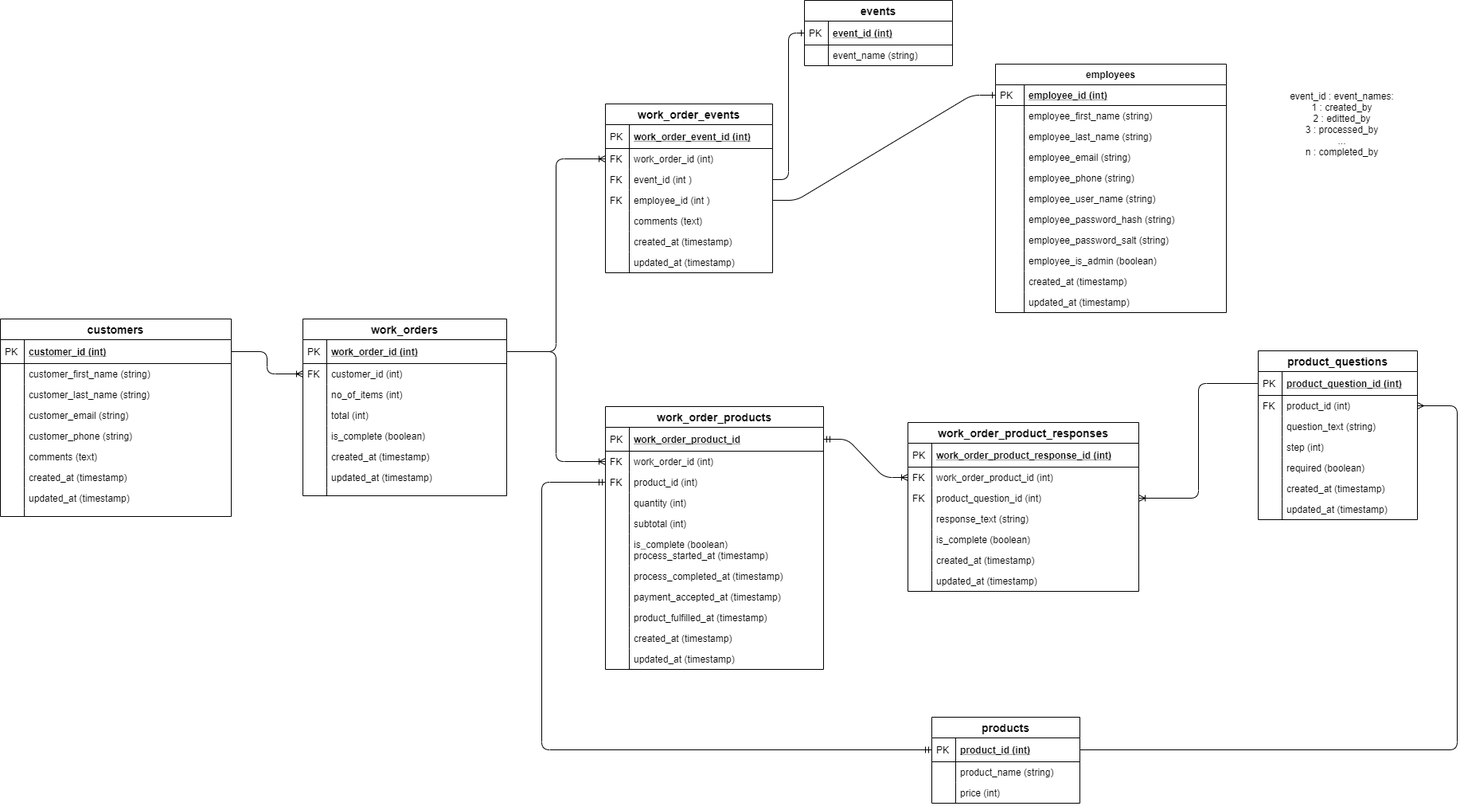
Earlier version of the draw.io export db_schema_view.png (openorderapp/documentation). Source tidied: cells renumbered, new cells last; positions are measured from the earlier drawing's top-left corner, leaving out a move shared by most shapes.
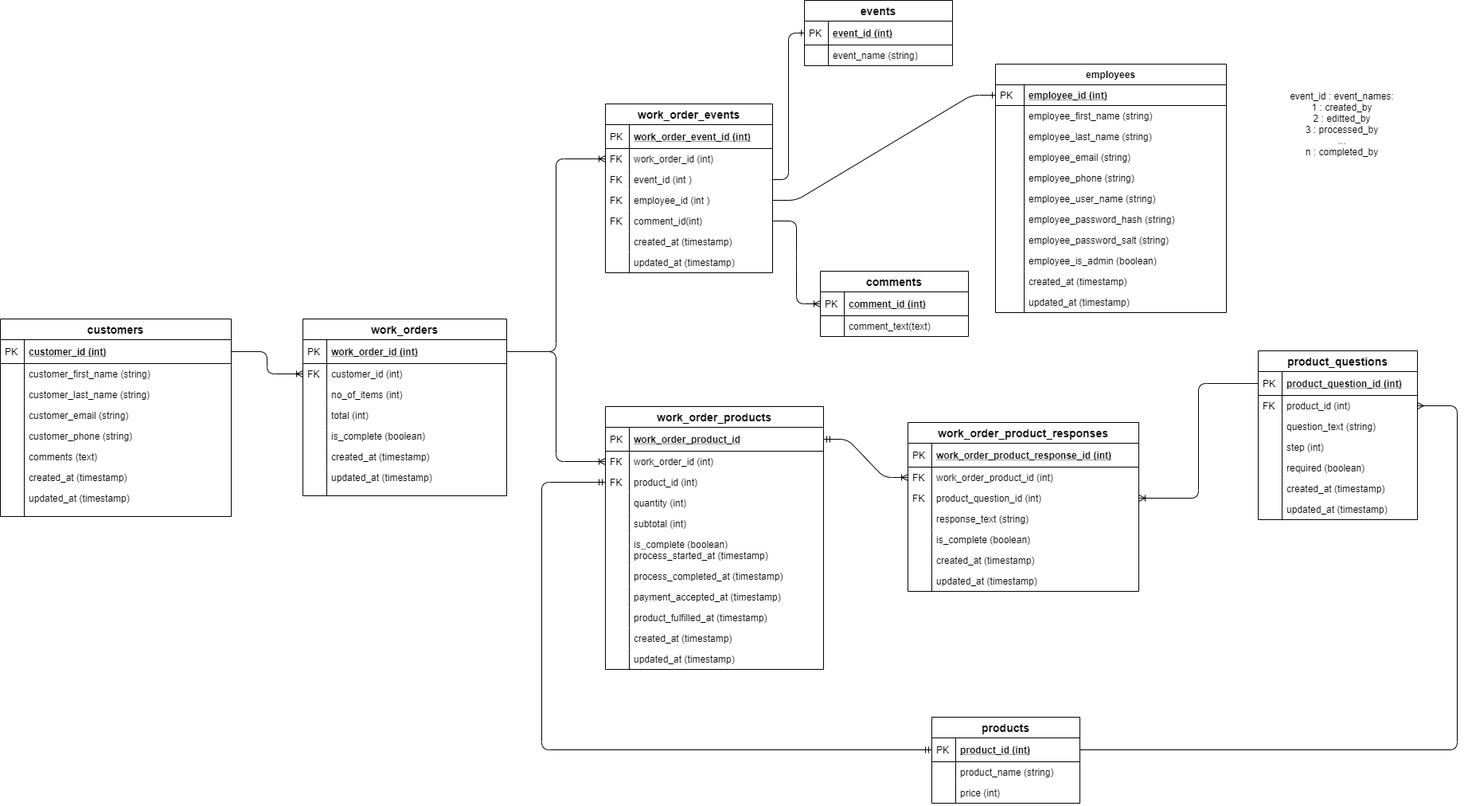
Above is the later version.

Commit message:
Add comments table to the schema diagram

The edit, as a diff of the source:
```diff
@@ -384,10 +384,10 @@
     <mxCell id="125" value="FK" style="shape=partialRectangle;top=0;left=0;bottom=0;fillColor=none;align=left;verticalAlign=top;spacingLeft=4;spacingRight=4;overflow=hidden;fontSize=12;" parent="124" vertex="1">
       <mxGeometry width="30" height="26" as="geometry" />
     </mxCell>
-    <mxCell id="126" value="comments (text)" style="shape=partialRectangle;top=0;left=0;right=0;bottom=0;align=left;verticalAlign=top;fillColor=none;spacingLeft=34;spacingRight=4;overflow=hidden;points=[[0,0.5],[1,0.5]];portConstraint=eastwest;fontSize=12;" parent="117" vertex="1">
+    <mxCell id="126" value="comment_id(int)" style="shape=partialRectangle;top=0;left=0;right=0;bottom=0;align=left;verticalAlign=top;fillColor=none;spacingLeft=34;spacingRight=4;overflow=hidden;points=[[0,0.5],[1,0.5]];portConstraint=eastwest;fontSize=12;" parent="117" vertex="1">
       <mxGeometry y="134" width="210" height="26" as="geometry" />
     </mxCell>
-    <mxCell id="127" style="shape=partialRectangle;top=0;left=0;bottom=0;fillColor=none;align=left;verticalAlign=top;spacingLeft=4;spacingRight=4;overflow=hidden;fontSize=12;" parent="126" vertex="1">
+    <mxCell id="127" value="FK" style="shape=partialRectangle;top=0;left=0;bottom=0;fillColor=none;align=left;verticalAlign=top;spacingLeft=4;spacingRight=4;overflow=hidden;fontSize=12;" parent="126" vertex="1">
       <mxGeometry width="30" height="26" as="geometry" />
     </mxCell>
     <mxCell id="128" value="created_at (timestamp)" style="shape=partialRectangle;top=0;left=0;right=0;bottom=0;align=left;verticalAlign=top;fillColor=none;spacingLeft=34;spacingRight=4;overflow=hidden;fontSize=12;" parent="117" vertex="1">
@@ -465,5 +465,23 @@
     <mxCell id="152" style="edgeStyle=entityRelationEdgeStyle;fontSize=12;html=1;endArrow=ERone;endFill=1;entryX=0;entryY=0.5;entryDx=0;entryDy=0;exitX=1;exitY=0.5;exitDx=0;exitDy=0;" parent="1" edge="1" source="124" target="76">
       <mxGeometry relative="1" as="geometry" />
     </mxCell>
+    <mxCell id="153" style="edgeStyle=entityRelationEdgeStyle;fontSize=12;html=1;endArrow=ERoneToMany;exitX=1;exitY=0.5;exitDx=0;exitDy=0;entryX=0;entryY=0.5;entryDx=0;entryDy=0;" parent="1" edge="1" source="126" target="155">
+      <mxGeometry relative="1" as="geometry" />
+    </mxCell>
+    <mxCell id="154" value="comments" style="swimlane;fontStyle=1;horizontal=1;startSize=26;align=center;fontSize=14;" parent="1" vertex="1">
+      <mxGeometry x="1030" y="340" width="186" height="82" as="geometry" />
+    </mxCell>
+    <mxCell id="155" value="comment_id (int)" style="shape=partialRectangle;top=0;left=0;right=0;bottom=1;align=left;verticalAlign=middle;fillColor=none;spacingLeft=34;spacingRight=4;overflow=hidden;points=[[0,0.5],[1,0.5]];portConstraint=eastwest;fontStyle=5;fontSize=12;" parent="154" vertex="1">
+      <mxGeometry y="26" width="186" height="30" as="geometry" />
+    </mxCell>
+    <mxCell id="156" value="PK" style="shape=partialRectangle;top=0;left=0;bottom=0;fillColor=none;align=left;verticalAlign=middle;spacingLeft=4;spacingRight=4;overflow=hidden;fontSize=12;" parent="155" vertex="1">
+      <mxGeometry width="30" height="30" as="geometry" />
+    </mxCell>
+    <mxCell id="157" value="comment_text(text)" style="shape=partialRectangle;top=0;left=0;right=0;bottom=0;align=left;verticalAlign=top;fillColor=none;spacingLeft=34;spacingRight=4;overflow=hidden;fontSize=12;" parent="154" vertex="1">
+      <mxGeometry y="56" width="186" height="26" as="geometry" />
+    </mxCell>
+    <mxCell id="158" style="shape=partialRectangle;top=0;left=0;bottom=0;fillColor=none;align=left;verticalAlign=top;spacingLeft=4;spacingRight=4;overflow=hidden;fontSize=12;" parent="157" vertex="1">
+      <mxGeometry width="30" height="26" as="geometry" />
+    </mxCell>
   </root>
 </mxGraphModel>
```
